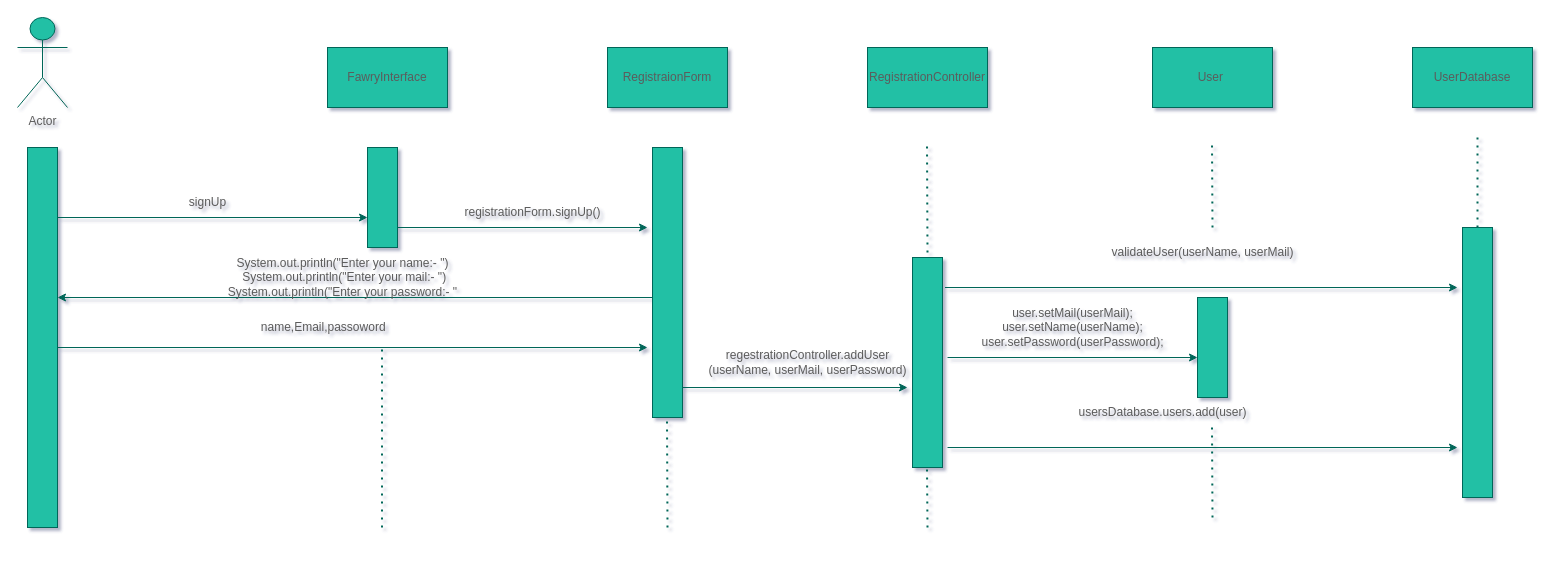
Earlier version of the draw.io diagram Design/sequence diagram sign up/sign up sequence diagram.drawio (RamezTalaat/SDA-fawry-project). Source tidied: cells renumbered, new cells numbered last; positions are measured from the earlier drawing's top-left corner, leaving out a move shared by most shapes. Both pictures are drawn from the tidied source at 100%, with x=0, y=0 at pixel (17, 17).
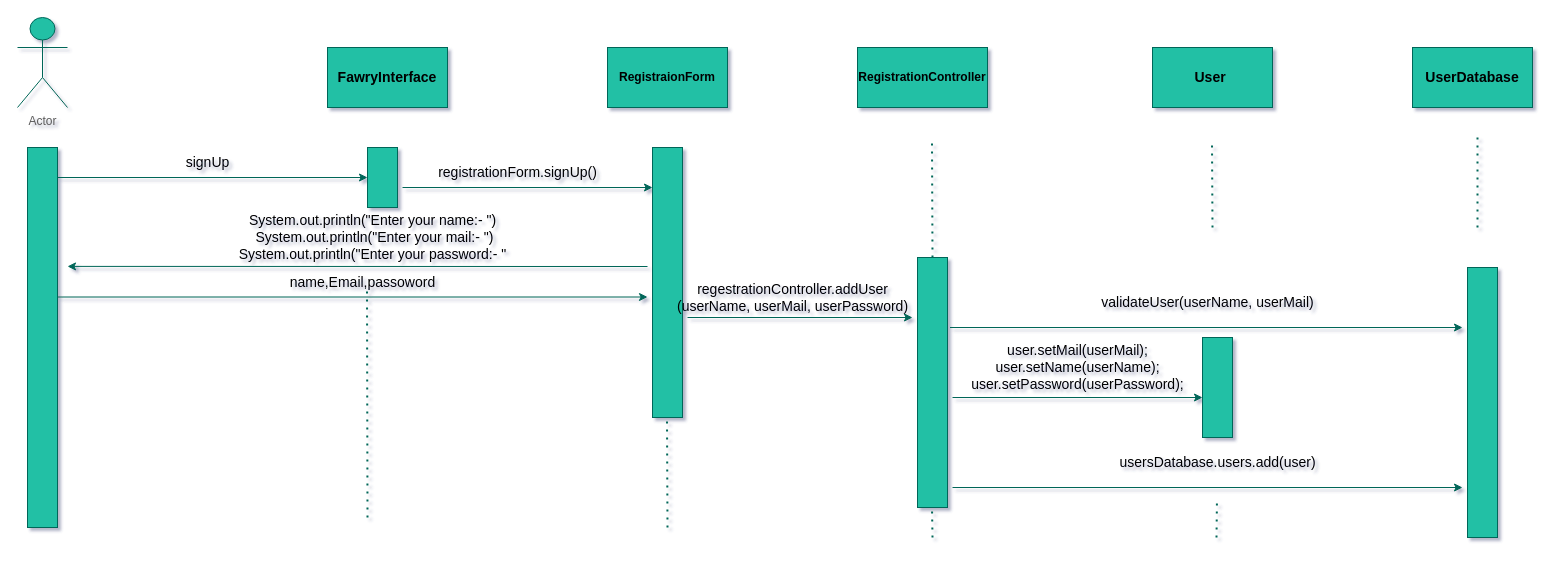
The same diagram, later.

What changed in the source:
```diff
@@
-    <mxCell id="3" value="FawryInterface" style="rounded=0;whiteSpace=wrap;html=1;fillColor=#21C0A5;strokeColor=#006658;fontColor=#5C5C5C;" parent="1" vertex="1">
+    <mxCell id="3" value="&lt;font color=&quot;#000000&quot; style=&quot;font-size: 14px;&quot;&gt;&lt;b&gt;FawryInterface&lt;/b&gt;&lt;/font&gt;" style="rounded=0;whiteSpace=wrap;html=1;fillColor=#21C0A5;strokeColor=#006658;fontColor=#5C5C5C;" parent="1" vertex="1">
       <mxGeometry x="310" y="30" width="120" height="60" as="geometry" />
     </mxCell>
-    <mxCell id="4" value="User&amp;nbsp;" style="rounded=0;whiteSpace=wrap;html=1;fillColor=#21C0A5;strokeColor=#006658;fontColor=#5C5C5C;" parent="1" vertex="1">
+    <mxCell id="4" value="&lt;b&gt;&lt;font style=&quot;font-size: 14px;&quot; color=&quot;#000000&quot;&gt;User&amp;nbsp;&lt;/font&gt;&lt;/b&gt;" style="rounded=0;whiteSpace=wrap;html=1;fillColor=#21C0A5;strokeColor=#006658;fontColor=#5C5C5C;" parent="1" vertex="1">
       <mxGeometry x="1135" y="30" width="120" height="60" as="geometry" />
     </mxCell>
     <mxCell id="5" style="rounded=0;whiteSpace=wrap;html=1;fillColor=#21C0A5;strokeColor=#006658;fontColor=#5C5C5C;" parent="1" vertex="1">
-      <mxGeometry x="350" y="130" width="30" height="100" as="geometry" />
+      <mxGeometry x="350" y="130" width="30" height="60" as="geometry" />
     </mxCell>
@@
-    <mxCell id="7" value="RegistrationController" style="rounded=0;whiteSpace=wrap;html=1;fillColor=#21C0A5;strokeColor=#006658;fontColor=#5C5C5C;" parent="1" vertex="1">
-      <mxGeometry x="850" y="30" width="120" height="60" as="geometry" />
+    <mxCell id="7" value="&lt;b&gt;&lt;font color=&quot;#000000&quot;&gt;RegistrationController&lt;/font&gt;&lt;/b&gt;" style="rounded=0;whiteSpace=wrap;html=1;fillColor=#21C0A5;strokeColor=#006658;fontColor=#5C5C5C;" parent="1" vertex="1">
+      <mxGeometry x="840" y="30" width="130" height="60" as="geometry" />
     </mxCell>
-    <mxCell id="8" value="RegistraionForm" style="rounded=0;whiteSpace=wrap;html=1;fillColor=#21C0A5;strokeColor=#006658;fontColor=#5C5C5C;" parent="1" vertex="1">
+    <mxCell id="8" value="&lt;b&gt;&lt;font color=&quot;#000000&quot;&gt;RegistraionForm&lt;/font&gt;&lt;/b&gt;" style="rounded=0;whiteSpace=wrap;html=1;fillColor=#21C0A5;strokeColor=#006658;fontColor=#5C5C5C;" parent="1" vertex="1">
       <mxGeometry x="590" y="30" width="120" height="60" as="geometry" />
     </mxCell>
     <mxCell id="9" style="endArrow=classic;html=1;rounded=0;strokeColor=#006658;fontColor=#5C5C5C;" parent="1" edge="1">
       <mxGeometry relative="1" as="geometry">
-        <mxPoint x="40" y="200" as="sourcePoint" />
-        <mxPoint x="350" y="200" as="targetPoint" />
+        <mxPoint x="40" y="160" as="sourcePoint" />
+        <mxPoint x="350" y="160" as="targetPoint" />
       </mxGeometry>
     </mxCell>
-    <mxCell id="10" value="signUp" style="text;html=1;align=center;verticalAlign=middle;strokeColor=none;fillColor=none;fontColor=#5C5C5C;rounded=0;" parent="1" vertex="1">
-      <mxGeometry x="160" y="170" width="60" height="30" as="geometry" />
+    <mxCell id="10" value="&lt;font color=&quot;#000000&quot; style=&quot;font-size: 14px;&quot;&gt;signUp&lt;/font&gt;" style="text;html=1;align=center;verticalAlign=middle;strokeColor=none;fillColor=none;fontColor=#5C5C5C;rounded=0;" parent="1" vertex="1">
+      <mxGeometry x="155" y="130" width="70" height="30" as="geometry" />
     </mxCell>
     <mxCell id="11" style="endArrow=classic;html=1;rounded=0;strokeColor=#006658;fontColor=#5C5C5C;" parent="1" edge="1">
       <mxGeometry relative="1" as="geometry">
-        <mxPoint x="380" y="210" as="sourcePoint" />
-        <mxPoint x="630" y="210" as="targetPoint" />
+        <mxPoint x="385" y="170" as="sourcePoint" />
+        <mxPoint x="635" y="170" as="targetPoint" />
       </mxGeometry>
     </mxCell>
@@
-    <mxCell id="13" value="registrationForm.signUp()" style="text;html=1;align=center;verticalAlign=middle;strokeColor=none;fillColor=none;fontColor=#5C5C5C;rounded=0;" parent="1" vertex="1">
-      <mxGeometry x="435" y="180" width="160" height="30" as="geometry" />
+    <mxCell id="13" value="&lt;font style=&quot;font-size: 14px;&quot; color=&quot;#000000&quot;&gt;registrationForm.signUp()&lt;/font&gt;" style="text;html=1;align=center;verticalAlign=middle;strokeColor=none;fillColor=none;fontColor=#5C5C5C;rounded=0;" parent="1" vertex="1">
+      <mxGeometry x="410" y="140" width="180" height="30" as="geometry" />
     </mxCell>
     <mxCell id="14" style="endArrow=classic;html=1;rounded=0;strokeColor=#006658;fontColor=#5C5C5C;" parent="1" edge="1">
       <mxGeometry relative="1" as="geometry">
-        <mxPoint x="635" y="280" as="sourcePoint" />
-        <mxPoint x="40" y="280" as="targetPoint" />
+        <mxPoint x="630" y="249" as="sourcePoint" />
+        <mxPoint x="50" y="248.9" as="targetPoint" />
       </mxGeometry>
     </mxCell>
-    <mxCell id="15" value="&lt;span style=&quot;font-size: 12px;&quot;&gt;System.out.println(&quot;Enter your name:- &quot;)&lt;/span&gt;&lt;br&gt;&lt;span style=&quot;font-size: 12px;&quot;&gt;&amp;nbsp;System.out.println(&quot;Enter your mail:- &quot;)&lt;/span&gt;&lt;br&gt;&lt;span style=&quot;font-size: 12px;&quot;&gt;System.out.println(&quot;Enter your password:- &quot;&lt;/span&gt;" style="text;html=1;align=center;verticalAlign=middle;strokeColor=none;fillColor=none;fontColor=#5C5C5C;rounded=0;" parent="1" vertex="1">
-      <mxGeometry x="200" y="230" width="250" height="60" as="geometry" />
+    <mxCell id="15" value="&lt;font style=&quot;font-size: 14px;&quot; color=&quot;#000000&quot;&gt;&lt;span style=&quot;&quot;&gt;System.out.println(&quot;Enter your name:- &quot;)&lt;/span&gt;&lt;br&gt;&lt;span style=&quot;&quot;&gt;&amp;nbsp;System.out.println(&quot;Enter your mail:- &quot;)&lt;/span&gt;&lt;br&gt;&lt;span style=&quot;&quot;&gt;System.out.println(&quot;Enter your password:- &quot;&lt;/span&gt;&lt;/font&gt;" style="text;html=1;align=center;verticalAlign=middle;strokeColor=none;fillColor=none;fontColor=#5C5C5C;rounded=0;" parent="1" vertex="1">
+      <mxGeometry x="210" y="190" width="290" height="60" as="geometry" />
     </mxCell>
     <mxCell id="16" style="endArrow=classic;html=1;rounded=0;strokeColor=#006658;fontColor=#5C5C5C;" parent="1" edge="1">
       <mxGeometry relative="1" as="geometry">
-        <mxPoint x="40" y="330" as="sourcePoint" />
-        <mxPoint x="630" y="330" as="targetPoint" />
+        <mxPoint x="40" y="279.5" as="sourcePoint" />
+        <mxPoint x="630" y="279.5" as="targetPoint" />
       </mxGeometry>
     </mxCell>
-    <mxCell id="17" value="&lt;span style=&quot;font-size: 12px;&quot;&gt;regestrationController.addUser&lt;br&gt;(userName, userMail, userPassword)&lt;/span&gt;" style="text;html=1;align=center;verticalAlign=middle;strokeColor=none;fillColor=none;fontColor=#5C5C5C;rounded=0;" parent="1" vertex="1">
-      <mxGeometry x="680" y="325" width="220" height="40" as="geometry" />
+    <mxCell id="17" value="&lt;span style=&quot;font-size: 14px;&quot;&gt;&lt;font style=&quot;font-size: 14px;&quot; color=&quot;#000000&quot;&gt;regestrationController.addUser&lt;br&gt;(userName, userMail, userPassword)&lt;/font&gt;&lt;/span&gt;" style="text;html=1;align=center;verticalAlign=middle;strokeColor=none;fillColor=none;fontColor=#5C5C5C;rounded=0;" parent="1" vertex="1">
+      <mxGeometry x="650" y="255" width="250" height="50" as="geometry" />
     </mxCell>
-    <mxCell id="18" value="name,Email,passoword&lt;span style=&quot;white-space: pre;&quot;&gt;&#9;&lt;/span&gt;" style="text;html=1;align=center;verticalAlign=middle;strokeColor=none;fillColor=none;fontColor=#5C5C5C;rounded=0;" parent="1" vertex="1">
-      <mxGeometry x="230" y="295" width="160" height="30" as="geometry" />
+    <mxCell id="18" value="&lt;font style=&quot;font-size: 14px;&quot; color=&quot;#000000&quot;&gt;name,Email,passoword&lt;span style=&quot;white-space: pre;&quot;&gt;&#9;&lt;/span&gt;&lt;/font&gt;" style="text;html=1;align=center;verticalAlign=middle;strokeColor=none;fillColor=none;fontColor=#5C5C5C;rounded=0;" parent="1" vertex="1">
+      <mxGeometry x="260" y="250" width="180" height="30" as="geometry" />
     </mxCell>
     <mxCell id="19" style="endArrow=classic;html=1;rounded=0;strokeColor=#006658;fontColor=#5C5C5C;" parent="1" edge="1">
       <mxGeometry relative="1" as="geometry">
-        <mxPoint x="665" y="370" as="sourcePoint" />
-        <mxPoint x="890" y="370" as="targetPoint" />
+        <mxPoint x="670" y="300" as="sourcePoint" />
+        <mxPoint x="895" y="300" as="targetPoint" />
       </mxGeometry>
     </mxCell>
     <mxCell id="20" style="rounded=0;whiteSpace=wrap;html=1;fillColor=#21C0A5;strokeColor=#006658;fontColor=#5C5C5C;" parent="1" vertex="1">
-      <mxGeometry x="895" y="240" width="30" height="210" as="geometry" />
+      <mxGeometry x="900" y="240" width="30" height="250" as="geometry" />
     </mxCell>
     <mxCell id="21" style="endArrow=classic;html=1;rounded=0;strokeColor=#006658;fontColor=#5C5C5C;" parent="1" edge="1">
       <mxGeometry relative="1" as="geometry">
-        <mxPoint x="930" y="340" as="sourcePoint" />
-        <mxPoint x="1180" y="340" as="targetPoint" />
+        <mxPoint x="935" y="380" as="sourcePoint" />
+        <mxPoint x="1185" y="380" as="targetPoint" />
       </mxGeometry>
     </mxCell>
     <mxCell id="22" style="rounded=0;whiteSpace=wrap;html=1;fillColor=#21C0A5;strokeColor=#006658;fontColor=#5C5C5C;" parent="1" vertex="1">
-      <mxGeometry x="1180" y="280" width="30" height="100" as="geometry" />
+      <mxGeometry x="1185" y="320" width="30" height="100" as="geometry" />
     </mxCell>
-    <mxCell id="23" value="&lt;div&gt;&lt;span style=&quot;font-size: 12px;&quot;&gt;&lt;span style=&quot;&quot;&gt;&#9;&lt;/span&gt;user.setMail(userMail);&lt;/span&gt;&lt;/div&gt;&lt;div&gt;&lt;span style=&quot;font-size: 12px;&quot;&gt;&lt;span style=&quot;&quot;&gt;&#9;&#9;&#9;&lt;/span&gt;user.setName(userName);&lt;/span&gt;&lt;/div&gt;&lt;div&gt;&lt;span style=&quot;font-size: 12px;&quot;&gt;&lt;span style=&quot;&quot;&gt;&#9;&#9;&#9;&lt;/span&gt;user.setPassword(userPassword);&lt;/span&gt;&lt;/div&gt;" style="text;html=1;align=center;verticalAlign=middle;strokeColor=none;fillColor=none;fontColor=#5C5C5C;rounded=0;" parent="1" vertex="1">
-      <mxGeometry x="950" y="280" width="210" height="60" as="geometry" />
+    <mxCell id="23" value="&lt;div style=&quot;font-size: 14px;&quot;&gt;&lt;font style=&quot;font-size: 14px;&quot; color=&quot;#000000&quot;&gt;&#9;user.setMail(userMail);&lt;/font&gt;&lt;/div&gt;&lt;div style=&quot;font-size: 14px;&quot;&gt;&lt;font style=&quot;font-size: 14px;&quot; color=&quot;#000000&quot;&gt;&lt;span style=&quot;&quot;&gt;&#9;&#9;&#9;&lt;/span&gt;user.setName(userName);&lt;/font&gt;&lt;/div&gt;&lt;div style=&quot;font-size: 14px;&quot;&gt;&lt;font style=&quot;font-size: 14px;&quot; color=&quot;#000000&quot;&gt;&#9;&#9;&#9;user.setPassword(userPassword);&lt;/font&gt;&lt;/div&gt;" style="text;html=1;align=center;verticalAlign=middle;strokeColor=none;fillColor=none;fontColor=#5C5C5C;rounded=0;" parent="1" vertex="1">
+      <mxGeometry x="940" y="320" width="240" height="60" as="geometry" />
     </mxCell>
-    <mxCell id="24" value="UserDatabase" style="rounded=0;whiteSpace=wrap;html=1;fillColor=#21C0A5;strokeColor=#006658;fontColor=#5C5C5C;" parent="1" vertex="1">
+    <mxCell id="24" value="&lt;b&gt;&lt;font color=&quot;#000000&quot; style=&quot;font-size: 14px;&quot;&gt;UserDatabase&lt;/font&gt;&lt;/b&gt;" style="rounded=0;whiteSpace=wrap;html=1;fillColor=#21C0A5;strokeColor=#006658;fontColor=#5C5C5C;" parent="1" vertex="1">
       <mxGeometry x="1395" y="30" width="120" height="60" as="geometry" />
     </mxCell>
     <mxCell id="25" style="endArrow=classic;html=1;rounded=0;strokeColor=#006658;fontColor=#5C5C5C;" parent="1" edge="1">
       <mxGeometry relative="1" as="geometry">
-        <mxPoint x="930" y="430" as="sourcePoint" />
-        <mxPoint x="1440" y="430" as="targetPoint" />
+        <mxPoint x="935" y="470" as="sourcePoint" />
+        <mxPoint x="1445" y="470" as="targetPoint" />
       </mxGeometry>
     </mxCell>
     <mxCell id="26" style="rounded=0;whiteSpace=wrap;html=1;fillColor=#21C0A5;strokeColor=#006658;fontColor=#5C5C5C;" parent="1" vertex="1">
-      <mxGeometry x="1445" y="210" width="30" height="270" as="geometry" />
+      <mxGeometry x="1450" y="250" width="30" height="270" as="geometry" />
     </mxCell>
-    <mxCell id="27" value="usersDatabase.users.add(user)" style="text;html=1;align=center;verticalAlign=middle;strokeColor=none;fillColor=none;fontColor=#5C5C5C;rounded=0;" parent="1" vertex="1">
-      <mxGeometry x="1050" y="380" width="190" height="30" as="geometry" />
+    <mxCell id="27" value="&lt;font color=&quot;#000000&quot; style=&quot;font-size: 14px;&quot;&gt;usersDatabase.users.add(user)&lt;/font&gt;" style="text;html=1;align=center;verticalAlign=middle;strokeColor=none;fillColor=none;fontColor=#5C5C5C;rounded=0;" parent="1" vertex="1">
+      <mxGeometry x="1090" y="430" width="220" height="30" as="geometry" />
     </mxCell>
     <mxCell id="28" style="endArrow=classic;html=1;rounded=0;strokeColor=#006658;fontColor=#5C5C5C;" parent="1" edge="1">
       <mxGeometry relative="1" as="geometry">
-        <mxPoint x="927.5" y="270" as="sourcePoint" />
-        <mxPoint x="1440" y="270" as="targetPoint" />
+        <mxPoint x="932.5" y="310" as="sourcePoint" />
+        <mxPoint x="1445" y="310" as="targetPoint" />
       </mxGeometry>
     </mxCell>
-    <mxCell id="29" value="validateUser(userName, userMail)" style="text;html=1;align=center;verticalAlign=middle;strokeColor=none;fillColor=none;fontColor=#5C5C5C;rounded=0;" parent="1" vertex="1">
-      <mxGeometry x="1080" y="220" width="210" height="30" as="geometry" />
+    <mxCell id="29" value="&lt;font style=&quot;font-size: 14px;&quot; color=&quot;#000000&quot;&gt;validateUser(userName, userMail)&lt;/font&gt;" style="text;html=1;align=center;verticalAlign=middle;strokeColor=none;fillColor=none;fontColor=#5C5C5C;rounded=0;" parent="1" vertex="1">
+      <mxGeometry x="1070" y="270" width="240" height="30" as="geometry" />
     </mxCell>
     <mxCell id="30" style="endArrow=none;dashed=1;html=1;dashPattern=1 3;strokeWidth=2;rounded=0;strokeColor=#006658;fontColor=#5C5C5C;" parent="1" edge="1">
       <mxGeometry relative="1" as="geometry">
-        <mxPoint x="364.5" y="510" as="sourcePoint" />
-        <mxPoint x="364.5" y="330" as="targetPoint" />
+        <mxPoint x="350" y="500" as="sourcePoint" />
+        <mxPoint x="349.5" y="270" as="targetPoint" />
       </mxGeometry>
     </mxCell>
@@
-    <mxCell id="32" style="endArrow=none;dashed=1;html=1;dashPattern=1 3;strokeWidth=2;rounded=0;strokeColor=#006658;fontColor=#5C5C5C;" parent="1" edge="1">
+    <mxCell id="32" style="endArrow=none;dashed=1;html=1;dashPattern=1 3;strokeWidth=2;rounded=0;strokeColor=#006658;fontColor=#5C5C5C;exitX=0.5;exitY=0;exitDx=0;exitDy=0;" parent="1" edge="1" source="20">
       <mxGeometry relative="1" as="geometry">
-        <mxPoint x="910" y="235" as="sourcePoint" />
-        <mxPoint x="909.5" y="125" as="targetPoint" />
+        <mxPoint x="914.5" y="125" as="targetPoint" />
       </mxGeometry>
     </mxCell>
     <mxCell id="33" style="endArrow=none;dashed=1;html=1;dashPattern=1 3;strokeWidth=2;rounded=0;strokeColor=#006658;fontColor=#5C5C5C;" parent="1" edge="1">
       <mxGeometry relative="1" as="geometry">
-        <mxPoint x="910" y="510" as="sourcePoint" />
-        <mxPoint x="909.5" y="450" as="targetPoint" />
+        <mxPoint x="915" y="520" as="sourcePoint" />
+        <mxPoint x="914.5" y="490" as="targetPoint" />
       </mxGeometry>
     </mxCell>
@@
     <mxCell id="35" style="endArrow=none;dashed=1;html=1;dashPattern=1 3;strokeWidth=2;rounded=0;strokeColor=#006658;fontColor=#5C5C5C;" parent="1" edge="1">
       <mxGeometry relative="1" as="geometry">
-        <mxPoint x="1195" y="500" as="sourcePoint" />
-        <mxPoint x="1194.5" y="410" as="targetPoint" />
+        <mxPoint x="1199" y="520" as="sourcePoint" />
+        <mxPoint x="1199.5" y="480" as="targetPoint" />
       </mxGeometry>
     </mxCell>
```
